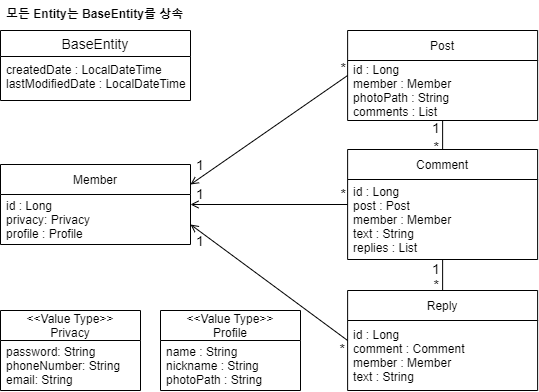
JunYoung-C/Instagram keeps this draw.io diagram as Sprint1 Entity Class Diagram.drawio.png. Above is the earlier version. Source tidied: cells renumbered, new cells last; positions are measured from the earlier drawing's top-left corner, leaving out a move shared by most shapes.
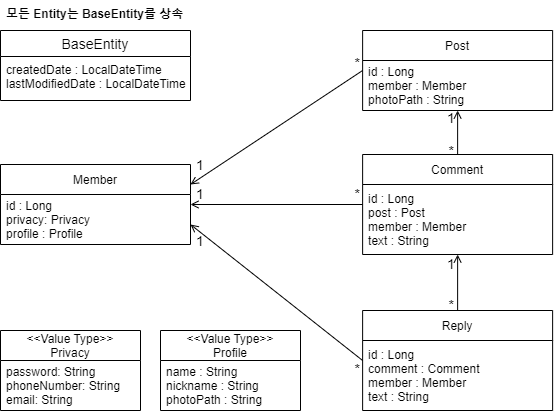
Above is the later version.

Commit message:
docs: 양방향 연관관계 제거

Diff of the diagram source:
```diff
@@ -3,10 +3,10 @@
     <mxCell id="0" />
     <mxCell id="1" parent="0" />
     <mxCell id="2" value="Comment" style="swimlane;fontStyle=0;horizontal=1;startSize=30;" parent="1" vertex="1">
-      <mxGeometry x="347.1" y="149" width="190" height="110" as="geometry" />
+      <mxGeometry x="362.1" y="154" width="190" height="100" as="geometry" />
     </mxCell>
-    <mxCell id="3" value="id : Long&#10;post : Post&#10;member : Member&#10;text : String&#10;replies : List" style="text;strokeColor=none;fillColor=none;align=left;verticalAlign=middle;spacingLeft=4;spacingRight=4;overflow=hidden;" parent="2" vertex="1">
-      <mxGeometry y="30" width="190" height="80" as="geometry" />
+    <mxCell id="3" value="id : Long&#10;post : Post&#10;member : Member&#10;text : String" style="text;strokeColor=none;fillColor=none;align=left;verticalAlign=middle;spacingLeft=4;spacingRight=4;overflow=hidden;" parent="2" vertex="1">
+      <mxGeometry y="30" width="190" height="70" as="geometry" />
     </mxCell>
     <mxCell id="4" value="Member" style="swimlane;fontStyle=0;horizontal=1;startSize=30;" parent="1" vertex="1">
       <mxGeometry y="164" width="190" height="80" as="geometry" />
@@ -15,30 +15,30 @@
       <mxGeometry y="30" width="190" height="50" as="geometry" />
     </mxCell>
     <mxCell id="6" value="Post" style="swimlane;fontStyle=0;horizontal=1;startSize=30;" parent="1" vertex="1">
-      <mxGeometry x="347.1" y="30" width="190" height="90" as="geometry" />
+      <mxGeometry x="362.1" y="30" width="190" height="80" as="geometry" />
     </mxCell>
-    <mxCell id="7" value="id : Long&#10;member : Member&#10;photoPath : String&#10;comments : List" style="text;strokeColor=none;fillColor=none;align=left;verticalAlign=middle;spacingLeft=4;spacingRight=4;overflow=hidden;" parent="6" vertex="1">
-      <mxGeometry y="30" width="190" height="60" as="geometry" />
+    <mxCell id="7" value="id : Long&#10;member : Member&#10;photoPath : String" style="text;strokeColor=none;fillColor=none;align=left;verticalAlign=middle;spacingLeft=4;spacingRight=4;overflow=hidden;" parent="6" vertex="1">
+      <mxGeometry y="30" width="190" height="50" as="geometry" />
     </mxCell>
     <mxCell id="8" value="Reply" style="swimlane;fontStyle=0;horizontal=1;startSize=30;" parent="1" vertex="1">
-      <mxGeometry x="347.1" y="290" width="190" height="100" as="geometry" />
+      <mxGeometry x="362.1" y="310" width="190" height="100" as="geometry" />
     </mxCell>
     <mxCell id="9" value="id : Long&#10;comment : Comment&#10;member : Member&#10;text : String" style="text;strokeColor=none;fillColor=none;align=left;verticalAlign=middle;spacingLeft=4;spacingRight=4;overflow=hidden;" parent="8" vertex="1">
       <mxGeometry y="30" width="190" height="70" as="geometry" />
     </mxCell>
     <mxCell id="10" value="&lt;&lt;Value Type&gt;&gt;&#10;Privacy" style="swimlane;fontStyle=0;horizontal=1;startSize=30;" parent="1" vertex="1">
-      <mxGeometry y="310" width="140" height="80" as="geometry" />
+      <mxGeometry y="330" width="140" height="80" as="geometry" />
     </mxCell>
     <mxCell id="11" value="password: String&#10;phoneNumber: String&#10;email: String" style="text;strokeColor=none;fillColor=none;align=left;verticalAlign=middle;spacingLeft=4;spacingRight=4;overflow=hidden;" parent="10" vertex="1">
       <mxGeometry y="30" width="140" height="50" as="geometry" />
     </mxCell>
     <mxCell id="12" value="&lt;&lt;Value Type&gt;&gt;&#10;Profile" style="swimlane;fontStyle=0;horizontal=1;startSize=30;" parent="1" vertex="1">
-      <mxGeometry x="160" y="310" width="140" height="80" as="geometry" />
+      <mxGeometry x="160" y="330" width="140" height="80" as="geometry" />
     </mxCell>
     <mxCell id="13" value="name : String&#10;nickname : String&#10;photoPath : String" style="text;strokeColor=none;fillColor=none;align=left;verticalAlign=middle;spacingLeft=4;spacingRight=4;overflow=hidden;" parent="12" vertex="1">
       <mxGeometry y="30" width="140" height="50" as="geometry" />
     </mxCell>
-    <mxCell id="14" style="endArrow=none;html=1;rounded=0;fontSize=14;exitX=0.5;exitY=1;exitDx=0;exitDy=0;entryX=0.5;entryY=0;entryDx=0;entryDy=0;" parent="1" edge="1" source="6" target="2">
+    <mxCell id="14" style="endArrow=none;html=1;rounded=0;fontSize=14;exitX=0.5;exitY=1;exitDx=0;exitDy=0;entryX=0.5;entryY=0;entryDx=0;entryDy=0;startArrow=open;startFill=0;" parent="1" edge="1" source="6" target="2">
       <mxGeometry relative="1" as="geometry" />
     </mxCell>
     <mxCell id="15" value="1" style="html=1;align=left;verticalAlign=bottom;fontSize=14;" parent="14" vertex="1">
@@ -64,7 +64,7 @@
         <mxPoint x="-2" y="3" as="offset" />
       </mxGeometry>
     </mxCell>
-    <mxCell id="20" style="endArrow=none;html=1;rounded=0;fontSize=14;entryX=0.5;entryY=0;entryDx=0;entryDy=0;exitX=0.5;exitY=1;exitDx=0;exitDy=0;" parent="1" edge="1" source="2" target="8">
+    <mxCell id="20" style="endArrow=none;html=1;rounded=0;fontSize=14;entryX=0.5;entryY=0;entryDx=0;entryDy=0;exitX=0.5;exitY=1;exitDx=0;exitDy=0;startArrow=open;startFill=0;" parent="1" edge="1" source="2" target="8">
       <mxGeometry relative="1" as="geometry" />
     </mxCell>
     <mxCell id="21" value="1" style="html=1;align=left;verticalAlign=bottom;fontSize=14;" parent="20" vertex="1">
```
